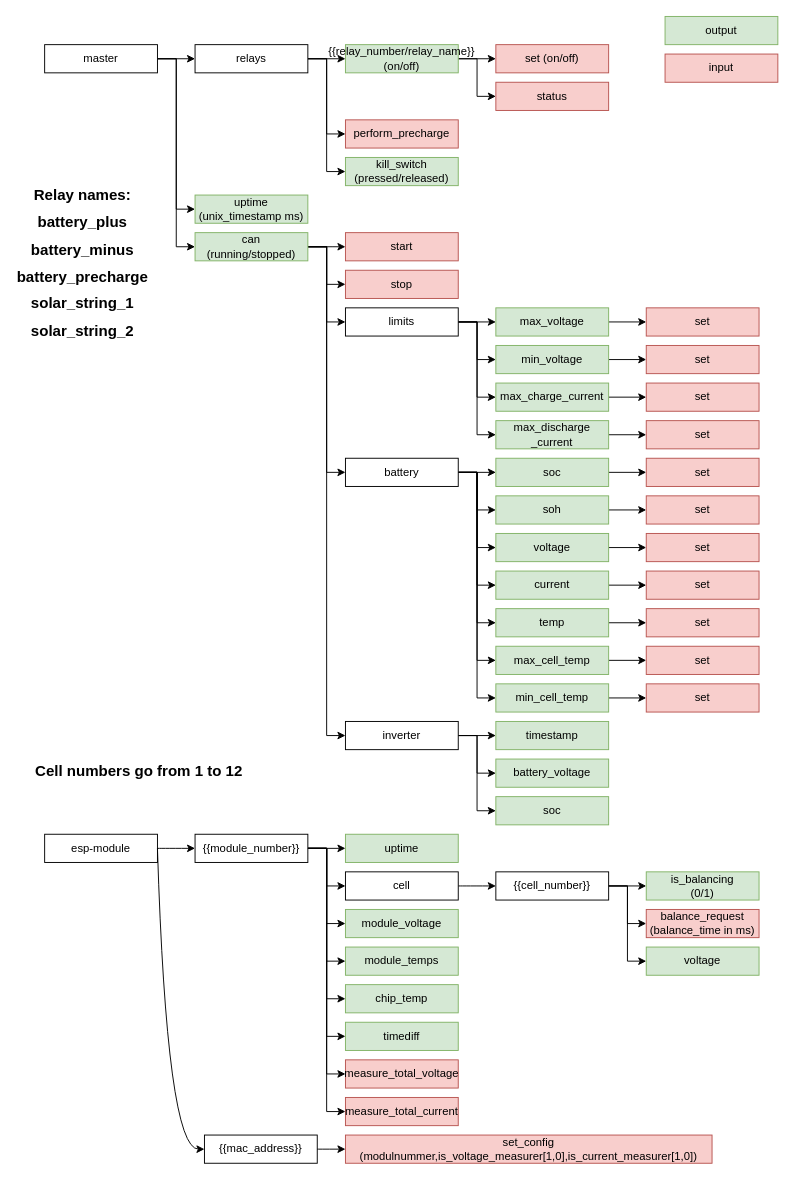
The draw.io diagram mqtt_topics.drawio in SunshadeCorp/EasyBMS-master, before the edit. Source tidied: cells renumbered, new cells numbered last; positions are measured from the earlier drawing's top-left corner, leaving out a move shared by most shapes. Both pictures are drawn from the tidied source at 94%, with x=0, y=0 at pixel (35, 16).
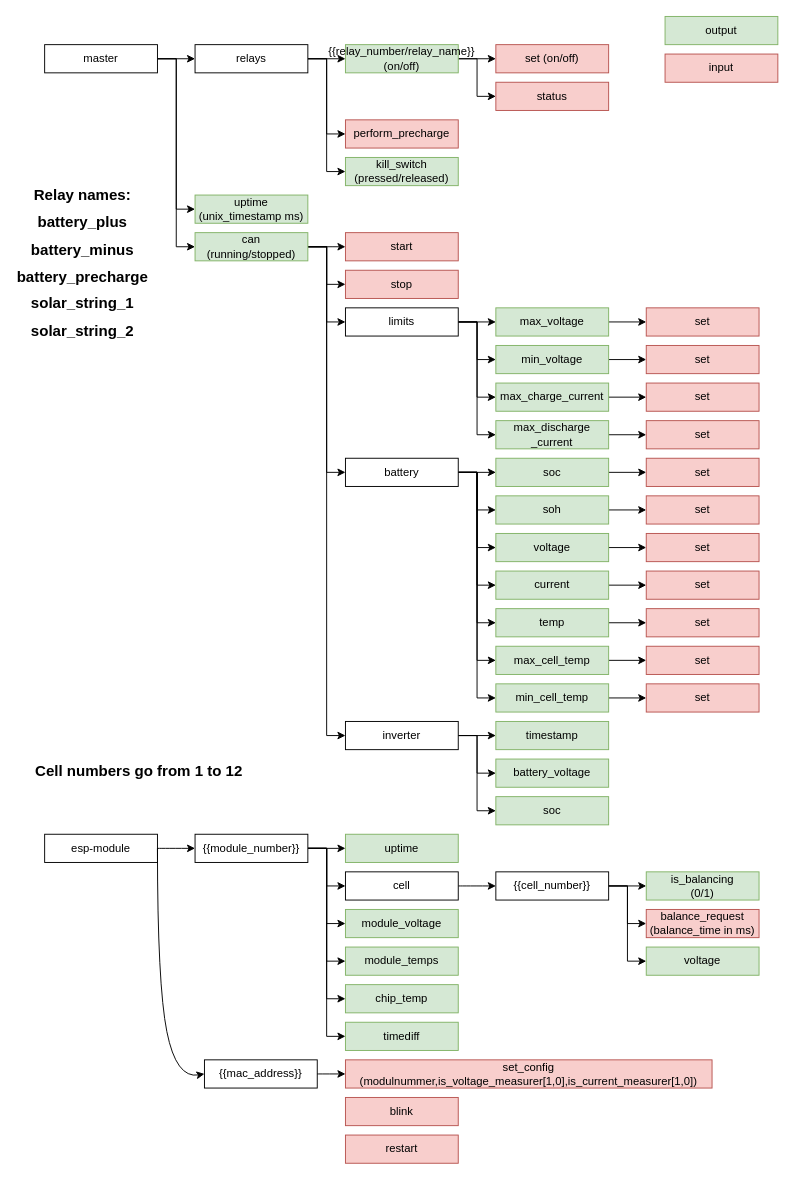
After the change.

The change refers to these unchanged cells:
```xml
<mxCell id="27" value="{{module_number}}" style="rounded=0;whiteSpace=wrap;html=1;" parent="1" vertex="1">
  <mxGeometry x="170" y="870" width="120" height="30" as="geometry" />
</mxCell>
<mxCell id="102" value="esp-module" style="rounded=0;whiteSpace=wrap;html=1;" parent="1" vertex="1">
  <mxGeometry x="10" y="870" width="120" height="30" as="geometry" />
</mxCell>
```

The edit, as a diff of the source:
```diff
@@
-    <mxCell id="26" style="edgeStyle=orthogonalEdgeStyle;rounded=0;jettySize=auto;html=1;exitX=1;exitY=0.5;exitDx=0;exitDy=0;endArrow=classic;entryX=0;entryY=0.5;entryDx=0;entryDy=0;" parent="1" edge="1" source="27" target="105">
-      <mxGeometry relative="1" as="geometry" />
-    </mxCell>
@@
-    <mxCell id="105" value="measure_total_voltage" style="rounded=0;whiteSpace=wrap;html=1;fillColor=#f8cecc;strokeColor=#b85450;" parent="1" vertex="1">
-      <mxGeometry x="330" y="1110" width="120" height="30" as="geometry" />
-    </mxCell>
@@
-    <mxCell id="107" value="measure_total_current" style="rounded=0;whiteSpace=wrap;html=1;fillColor=#f8cecc;strokeColor=#b85450;" parent="1" vertex="1">
-      <mxGeometry x="330" y="1150" width="120" height="30" as="geometry" />
-    </mxCell>
-    <mxCell id="108" style="edgeStyle=orthogonalEdgeStyle;rounded=0;jettySize=auto;html=1;exitX=1;exitY=0.5;exitDx=0;exitDy=0;endArrow=classic;entryX=0;entryY=0.5;entryDx=0;entryDy=0;" parent="1" edge="1" source="27" target="107">
-      <mxGeometry relative="1" as="geometry" />
-    </mxCell>
     <mxCell id="109" value="set_config&lt;br&gt;(modulnummer,is_voltage_measurer[1,0],is_current_measurer[1,0])&lt;br&gt;" style="rounded=0;whiteSpace=wrap;html=1;fillColor=#f8cecc;strokeColor=#b85450;" parent="1" vertex="1">
-      <mxGeometry x="330" y="1190" width="390" height="30" as="geometry" />
+      <mxGeometry x="330" y="1110" width="390" height="30" as="geometry" />
     </mxCell>
     <mxCell id="110" value="{{mac_address}}" style="rounded=0;whiteSpace=wrap;html=1;" parent="1" vertex="1">
-      <mxGeometry x="180" y="1190" width="120" height="30" as="geometry" />
+      <mxGeometry x="180" y="1110" width="120" height="30" as="geometry" />
     </mxCell>
     <mxCell id="111" style="edgeStyle=none;curved=1;rounded=0;jettySize=auto;html=1;exitX=1;exitY=0.5;exitDx=0;exitDy=0;endArrow=classic;entryX=0;entryY=0.5;entryDx=0;entryDy=0;" parent="1" edge="1" source="102" target="110">
       <mxGeometry relative="1" as="geometry">
         <Array as="points">
-          <mxPoint x="140" y="1205" />
+          <mxPoint x="130" y="1030" />
+          <mxPoint x="150" y="1130" />
         </Array>
       </mxGeometry>
     </mxCell>
@@
+    <mxCell id="114" value="blink" style="rounded=0;whiteSpace=wrap;html=1;fillColor=#f8cecc;strokeColor=#b85450;" parent="1" vertex="1">
+      <mxGeometry x="330" y="1150" width="120" height="30" as="geometry" />
+    </mxCell>
+    <mxCell id="115" value="restart" style="rounded=0;whiteSpace=wrap;html=1;fillColor=#f8cecc;strokeColor=#b85450;" parent="1" vertex="1">
+      <mxGeometry x="330" y="1190" width="120" height="30" as="geometry" />
+    </mxCell>
```
